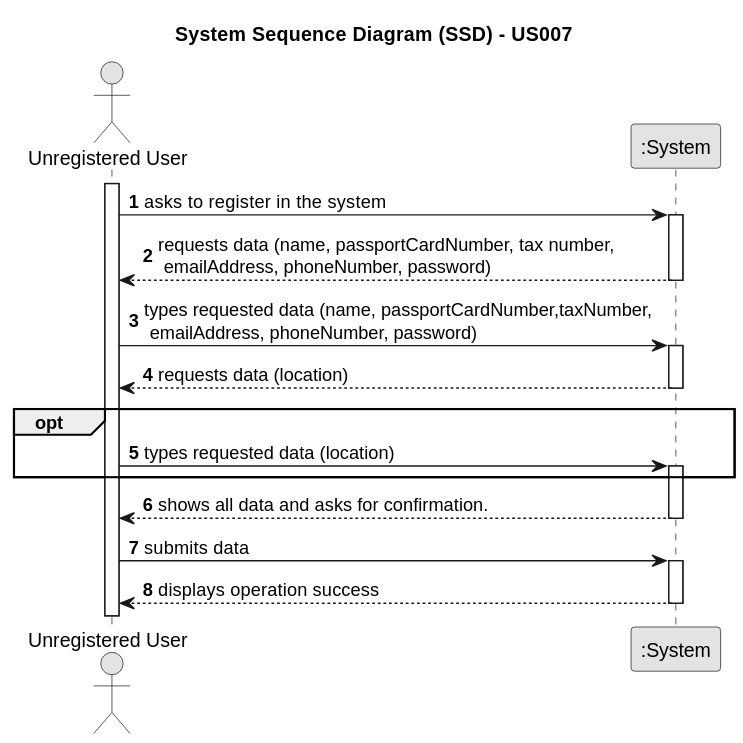
Earlier version of the PlantUML export docs/sprintB/us007/01.requirements-engineering/svg/us007-system-sequence-diagram.svg (rita-barbosa/LAPR2-2223).
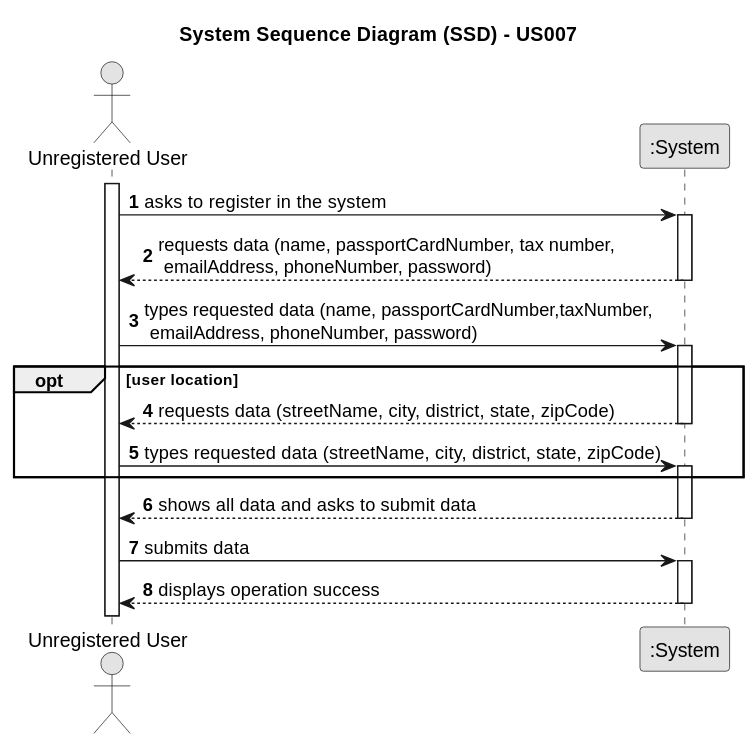
The same diagram one commit later.

What changed in the source:
```diff
@@ -21,15 +21,15 @@
     User -> System : types requested data (name, passportCardNumber,taxNumber,\n emailAddress, phoneNumber, password)
     activate System
 
-    System --> User : requests data (location)
+    opt user location
+    System --> User : requests data (streetName, city, district, state, zipCode)
     deactivate System
 
-    opt
-    User -> System : types requested data (location)
+    User -> System : types requested data (streetName, city, district, state, zipCode)
     activate System
     end opt
 
-    System --> User : shows all data and asks for confirmation.
+    System --> User : shows all data and asks to submit data
     deactivate System
 
     User -> System : submits data
```
